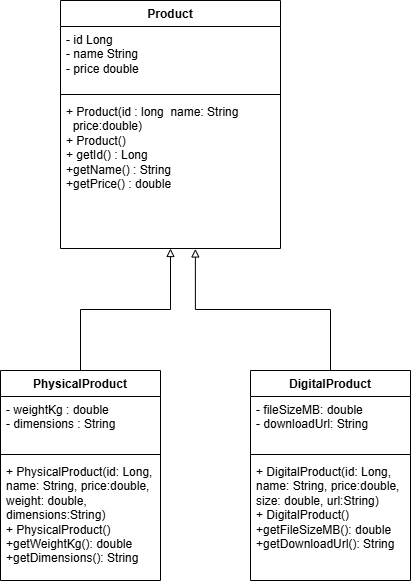
Above: docs/uml/product-hierarchy.drawio.png in nrandilufernando-spec/Sem3OOTutWeek1 (draw.io), before the change. Source tidied: cells renumbered, new cells last; positions are measured from the earlier drawing's top-left corner, leaving out a move shared by most shapes.
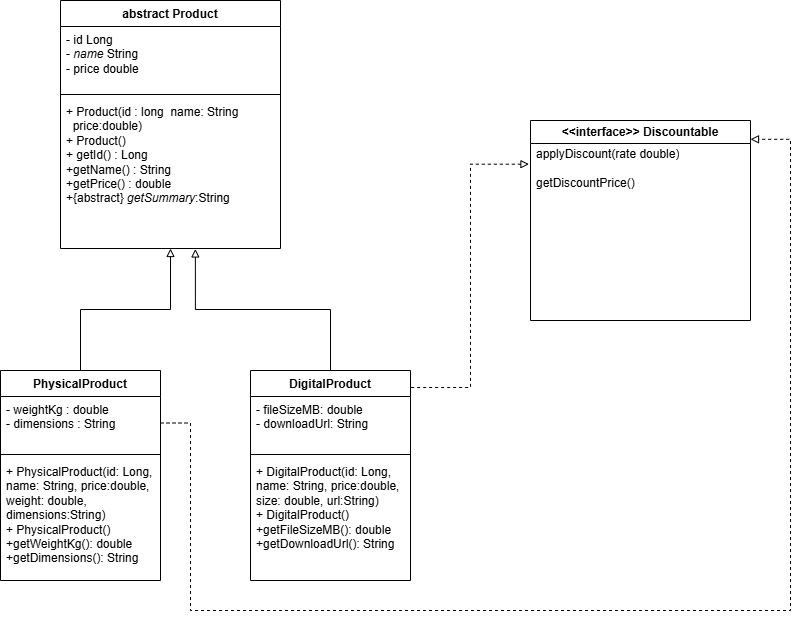
The same diagram one commit later.

Commit message:
Tutorial 5: polymorphism - getSummary override and Discountable interface

The edit, as a diff of the source:
```diff
@@ -2,30 +2,40 @@
   <root>
     <mxCell id="0" />
     <mxCell id="1" parent="0" />
-    <mxCell id="2" value="Product" style="swimlane;fontStyle=1;align=center;verticalAlign=top;horizontal=1;startSize=26;whiteSpace=wrap;html=1;" parent="1" vertex="1">
-      <mxGeometry x="60" width="220" height="248" as="geometry" />
-    </mxCell>
+    <mxCell id="16" value="abstract Product" style="swimlane;fontStyle=1;align=center;verticalAlign=top;horizontal=1;startSize=26;whiteSpace=wrap;html=1;" parent="1" vertex="1">
+      <mxGeometry x="60" width="220" height="248" as="geometry" />
+    </mxCell>
-    <mxCell id="3" value="&lt;div&gt;- id Long&lt;br&gt;- name String&lt;/div&gt;&lt;div&gt;- price double&amp;nbsp;&lt;/div&gt;" style="text;strokeColor=none;fillColor=none;align=left;verticalAlign=top;spacingLeft=4;spacingRight=4;overflow=hidden;whiteSpace=wrap;html=1;" parent="2" vertex="1">
+    <mxCell id="3" value="&lt;div&gt;- id Long&lt;br&gt;- &lt;i&gt;name &lt;/i&gt;String&lt;/div&gt;&lt;div&gt;- price double&amp;nbsp;&lt;/div&gt;" style="text;strokeColor=none;fillColor=none;align=left;verticalAlign=top;spacingLeft=4;spacingRight=4;overflow=hidden;whiteSpace=wrap;html=1;" parent="16" vertex="1">
       <mxGeometry y="26" width="220" height="64" as="geometry" />
     </mxCell>
-    <mxCell id="4" style="line;strokeWidth=1;fillColor=none;align=left;verticalAlign=middle;spacingTop=-1;spacingLeft=3;spacingRight=3;labelPosition=right;strokeColor=inherit;" parent="2" vertex="1">
+    <mxCell id="4" style="line;strokeWidth=1;fillColor=none;align=left;verticalAlign=middle;spacingTop=-1;spacingLeft=3;spacingRight=3;labelPosition=right;strokeColor=inherit;" parent="16" vertex="1">
       <mxGeometry y="90" width="220" height="8" as="geometry" />
     </mxCell>
-    <mxCell id="5" value="&lt;div&gt;+ Product(id : long&amp;nbsp; name: String&lt;br&gt;&amp;nbsp; price:double)&lt;br&gt;+ Product()&lt;/div&gt;&lt;div&gt;+ getId() : Long&lt;/div&gt;&lt;div&gt;+getName() : String&lt;/div&gt;&lt;div&gt;+getPrice() : double&lt;/div&gt;" style="text;strokeColor=none;fillColor=none;align=left;verticalAlign=top;spacingLeft=4;spacingRight=4;overflow=hidden;points=[[0,0.5],[1,0.5]];portConstraint=eastwest;whiteSpace=wrap;html=1;" parent="2" vertex="1">
-      <mxGeometry y="98" width="220" height="150" as="geometry" />
-    </mxCell>
-    <mxCell id="6" style="edgeStyle=orthogonalEdgeStyle;rounded=0;jettySize=auto;html=1;exitX=0.5;exitY=0;exitDx=0;exitDy=0;entryX=0.5;entryY=1;entryDx=0;entryDy=0;endArrow=block;endFill=0;" parent="1" edge="1" source="7" target="2">
-      <mxGeometry relative="1" as="geometry" />
-    </mxCell>
+    <mxCell id="17" value="&lt;div&gt;+ Product(id : long&amp;nbsp; name: String&lt;br&gt;&amp;nbsp; price:double)&lt;br&gt;+ Product()&lt;/div&gt;&lt;div&gt;+ getId() : Long&lt;/div&gt;&lt;div&gt;+getName() : String&lt;/div&gt;&lt;div&gt;+getPrice() : double&lt;br&gt;+{abstract} &lt;i&gt;getSummary&lt;/i&gt;:String&lt;/div&gt;&lt;div&gt;&lt;br&gt;&lt;/div&gt;" style="text;strokeColor=none;fillColor=none;align=left;verticalAlign=top;spacingLeft=4;spacingRight=4;overflow=hidden;points=[[0,0.5],[1,0.5]];portConstraint=eastwest;whiteSpace=wrap;html=1;" parent="16" vertex="1">
+      <mxGeometry y="98" width="220" height="150" as="geometry" />
+    </mxCell>
+    <mxCell id="18" style="edgeStyle=orthogonalEdgeStyle;rounded=0;jettySize=auto;html=1;exitX=0.5;exitY=0;exitDx=0;exitDy=0;entryX=0.5;entryY=1;entryDx=0;entryDy=0;endArrow=block;endFill=0;" parent="1" edge="1" source="7" target="16">
+      <mxGeometry relative="1" as="geometry" />
+    </mxCell>
+    <mxCell id="19" style="edgeStyle=orthogonalEdgeStyle;rounded=0;jettySize=auto;html=1;exitX=1;exitY=0.25;exitDx=0;exitDy=0;entryX=1;entryY=0.094;entryDx=0;entryDy=0;defaultLabelBackgroundColor=page;entryPerimeter=0;endArrow=block;endFill=0;dashed=1;" parent="1" edge="1" source="7" target="23">
+      <mxGeometry x="-0.44" relative="1" as="geometry">
+        <Array as="points">
+          <mxPoint x="190" y="422.5" />
+          <mxPoint x="190" y="610" />
+          <mxPoint x="790" y="610" />
+          <mxPoint x="790" y="138.8" />
+        </Array>
+      </mxGeometry>
+    </mxCell>
     <mxCell id="7" value="PhysicalProduct" style="swimlane;fontStyle=1;align=center;verticalAlign=top;horizontal=1;startSize=26;whiteSpace=wrap;html=1;" parent="1" vertex="1">
       <mxGeometry y="370" width="160" height="210" as="geometry" />
     </mxCell>
     <mxCell id="8" value="- weightKg : double&lt;div&gt;- dimensions : String&lt;/div&gt;" style="text;strokeColor=none;fillColor=none;align=left;verticalAlign=top;spacingLeft=4;spacingRight=4;overflow=hidden;whiteSpace=wrap;html=1;" parent="7" vertex="1">
       <mxGeometry y="26" width="160" height="54" as="geometry" />
     </mxCell>
-    <mxCell id="9" style="line;strokeWidth=1;fillColor=none;align=left;verticalAlign=middle;spacingTop=-1;spacingLeft=3;spacingRight=3;labelPosition=right;strokeColor=inherit;" parent="7" vertex="1">
-      <mxGeometry y="80" width="160" height="8" as="geometry" />
-    </mxCell>
+    <mxCell id="20" style="line;strokeWidth=1;fillColor=none;align=left;verticalAlign=middle;spacingTop=-1;spacingLeft=3;spacingRight=3;labelPosition=right;strokeColor=inherit;" parent="7" vertex="1">
+      <mxGeometry y="80" width="160" height="8" as="geometry" />
+    </mxCell>
     <mxCell id="10" value="+ PhysicalProduct(id: Long, name: String, price:double, weight: double, dimensions:String)&lt;div&gt;+ PhysicalProduct()&lt;/div&gt;&lt;div&gt;+getWeightKg(): double&lt;/div&gt;&lt;div&gt;+getDimensions(): String&lt;/div&gt;" style="text;strokeColor=none;fillColor=none;align=left;verticalAlign=top;spacingLeft=4;spacingRight=4;overflow=hidden;whiteSpace=wrap;html=1;" parent="7" vertex="1">
       <mxGeometry y="88" width="160" height="122" as="geometry" />
     </mxCell>
@@ -35,14 +45,23 @@
     <mxCell id="12" value="- fileSizeMB: double&lt;div&gt;- downloadUrl: String&lt;/div&gt;" style="text;strokeColor=none;fillColor=none;align=left;verticalAlign=top;spacingLeft=4;spacingRight=4;overflow=hidden;whiteSpace=wrap;html=1;" parent="11" vertex="1">
       <mxGeometry y="26" width="160" height="54" as="geometry" />
     </mxCell>
-    <mxCell id="13" style="line;strokeWidth=1;fillColor=none;align=left;verticalAlign=middle;spacingTop=-1;spacingLeft=3;spacingRight=3;labelPosition=right;strokeColor=inherit;" parent="11" vertex="1">
-      <mxGeometry y="80" width="160" height="8" as="geometry" />
-    </mxCell>
+    <mxCell id="21" style="line;strokeWidth=1;fillColor=none;align=left;verticalAlign=middle;spacingTop=-1;spacingLeft=3;spacingRight=3;labelPosition=right;strokeColor=inherit;" parent="11" vertex="1">
+      <mxGeometry y="80" width="160" height="8" as="geometry" />
+    </mxCell>
     <mxCell id="14" value="+ DigitalProduct(id: Long, name: String, price:double, size: double, url:String)&lt;div&gt;+ DigitalProduct()&lt;/div&gt;&lt;div&gt;+getFileSizeMB(): double&lt;/div&gt;&lt;div&gt;+getDownloadUrl(): String&lt;/div&gt;" style="text;strokeColor=none;fillColor=none;align=left;verticalAlign=top;spacingLeft=4;spacingRight=4;overflow=hidden;whiteSpace=wrap;html=1;" parent="11" vertex="1">
       <mxGeometry y="88" width="160" height="122" as="geometry" />
     </mxCell>
-    <mxCell id="15" style="edgeStyle=orthogonalEdgeStyle;rounded=0;jettySize=auto;html=1;exitX=0.5;exitY=0;exitDx=0;exitDy=0;entryX=0.613;entryY=1.003;entryDx=0;entryDy=0;entryPerimeter=0;endArrow=block;endFill=0;" parent="1" edge="1" source="11" target="5">
-      <mxGeometry relative="1" as="geometry" />
-    </mxCell>
+    <mxCell id="22" style="edgeStyle=orthogonalEdgeStyle;rounded=0;jettySize=auto;html=1;exitX=0.5;exitY=0;exitDx=0;exitDy=0;entryX=0.613;entryY=1.003;entryDx=0;entryDy=0;entryPerimeter=0;endArrow=block;endFill=0;" parent="1" edge="1" source="11" target="17">
+      <mxGeometry relative="1" as="geometry" />
+    </mxCell>
+    <mxCell id="23" value="&amp;lt;&amp;lt;interface&amp;gt;&amp;gt; Discountable" style="swimlane;whiteSpace=wrap;html=1;" parent="1" vertex="1">
+      <mxGeometry x="530" y="120" width="220" height="200" as="geometry" />
+    </mxCell>
+    <mxCell id="24" value="applyDiscount(rate double)&lt;div&gt;&lt;br&gt;&lt;/div&gt;&lt;div&gt;getDiscountPrice()&lt;/div&gt;" style="text;strokeColor=none;fillColor=none;align=left;verticalAlign=top;spacingLeft=4;spacingRight=4;overflow=hidden;points=[[0,0.5],[1,0.5]];portConstraint=eastwest;whiteSpace=wrap;html=1;" parent="23" vertex="1">
+      <mxGeometry y="20" width="220" height="150" as="geometry" />
+    </mxCell>
+    <mxCell id="25" style="edgeStyle=orthogonalEdgeStyle;rounded=0;jettySize=auto;html=1;exitX=1.004;exitY=0.081;exitDx=0;exitDy=0;entryX=-0.007;entryY=0.158;entryDx=0;entryDy=0;entryPerimeter=0;defaultLabelBackgroundColor=page;endArrow=block;endFill=0;dashed=1;exitPerimeter=0;" parent="1" edge="1" source="11" target="24">
+      <mxGeometry relative="1" as="geometry" />
+    </mxCell>
   </root>
 </mxGraphModel>
```
